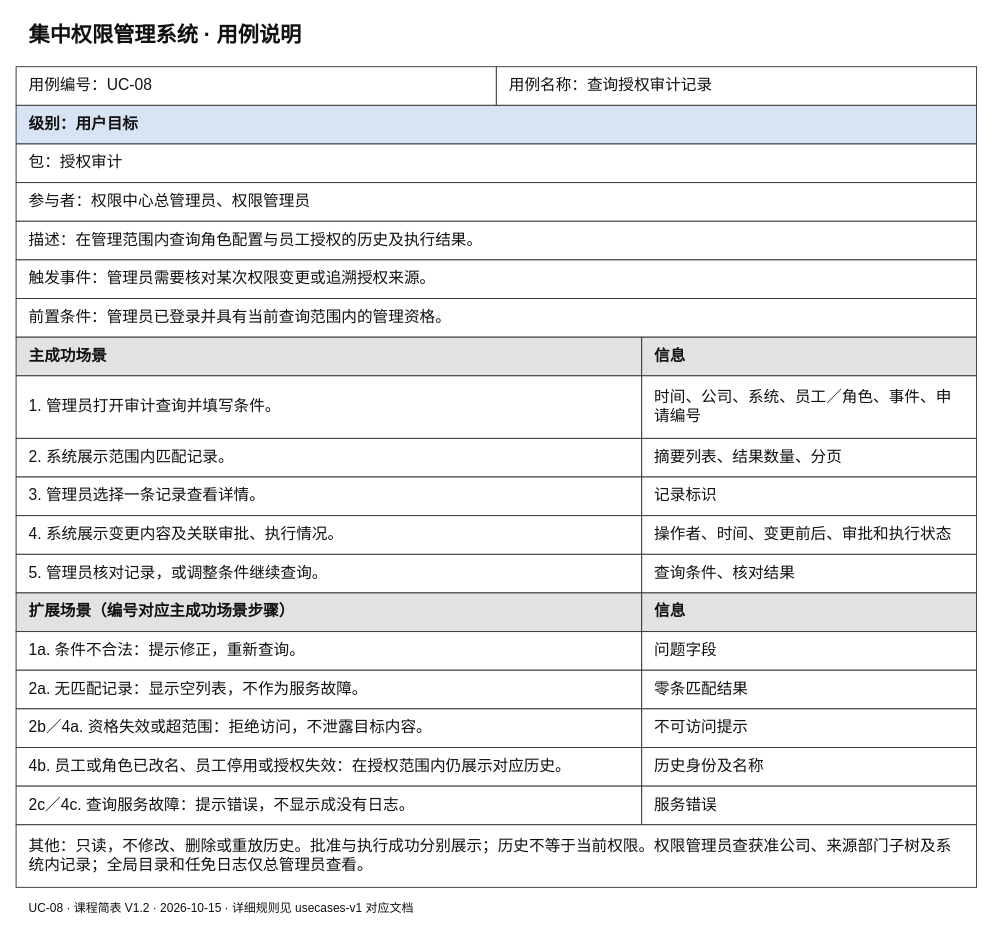
The draw.io diagram page "UC-08 查询授权审计记录" (8 of 11) of docs/01-requirements/usecase-tables-v1/权限管理系统_课程格式用例说明.drawio in Noah-hope/RBAC-admin, before the edit. Source tidied: cells renumbered, new cells numbered last; positions are measured from the earlier drawing's top-left corner, leaving out a move shared by most shapes. Both pictures are drawn from the tidied source at 92%, with x=0, y=0 at pixel (16, 16).
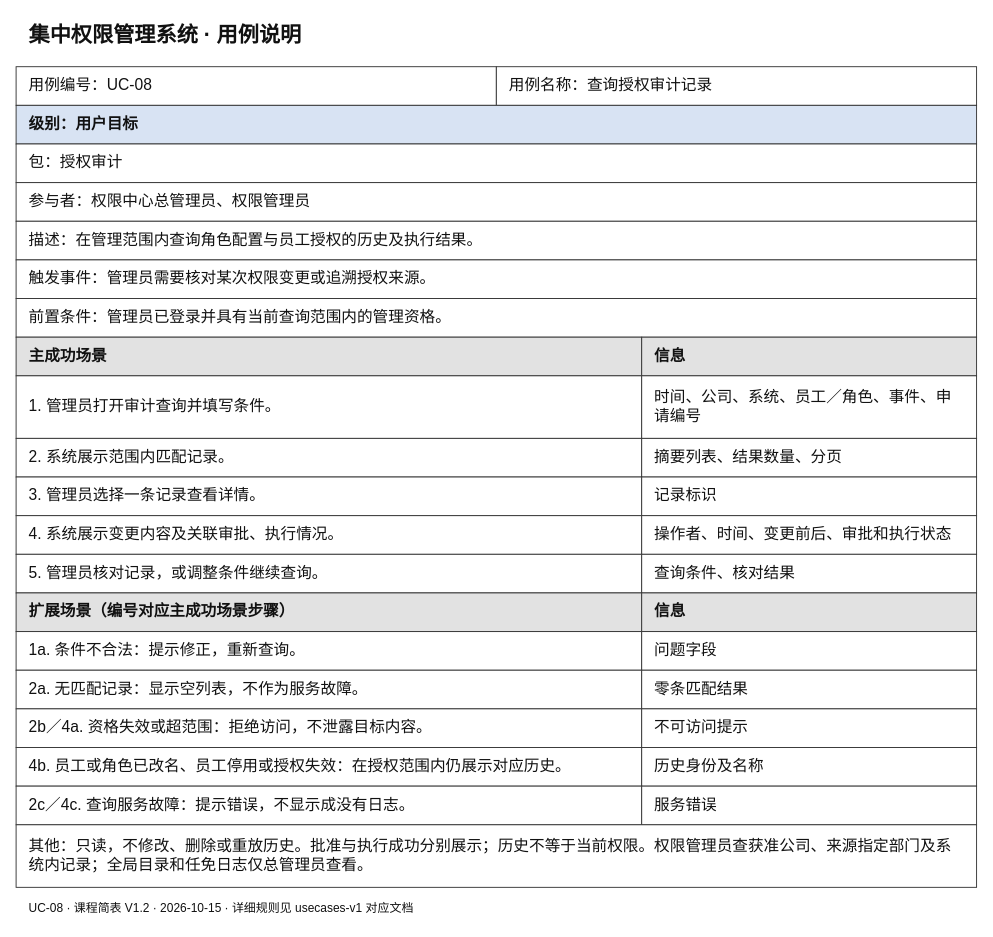
Above is the later version.

Change to the diagram source:
```diff
@@
-    <mxCell id="35" value="其他：只读，不修改、删除或重放历史。批准与执行成功分别展示；历史不等于当前权限。权限管理员查获准公司、来源部门子树及系统内记录；全局目录和任免日志仅总管理员查看。" style="rounded=0;whiteSpace=wrap;html=0;fontFamily=Microsoft YaHei;fontSize=17;fontColor=#111111;align=left;verticalAlign=middle;spacingLeft=12;spacingRight=12;spacingTop=8;spacingBottom=8;fillColor=#ffffff;strokeColor=#333333;fontStyle=0;" parent="1" vertex="1">
+    <mxCell id="35" value="其他：只读，不修改、删除或重放历史。批准与执行成功分别展示；历史不等于当前权限。权限管理员查获准公司、来源指定部门及系统内记录；全局目录和任免日志仅总管理员查看。" style="rounded=0;whiteSpace=wrap;html=0;fontFamily=Microsoft YaHei;fontSize=17;fontColor=#111111;align=left;verticalAlign=middle;spacingLeft=12;spacingRight=12;spacingTop=8;spacingBottom=8;fillColor=#ffffff;strokeColor=#333333;fontStyle=0;" parent="1" vertex="1">
       <mxGeometry y="879" width="1044" height="68" as="geometry" />
     </mxCell>
```
